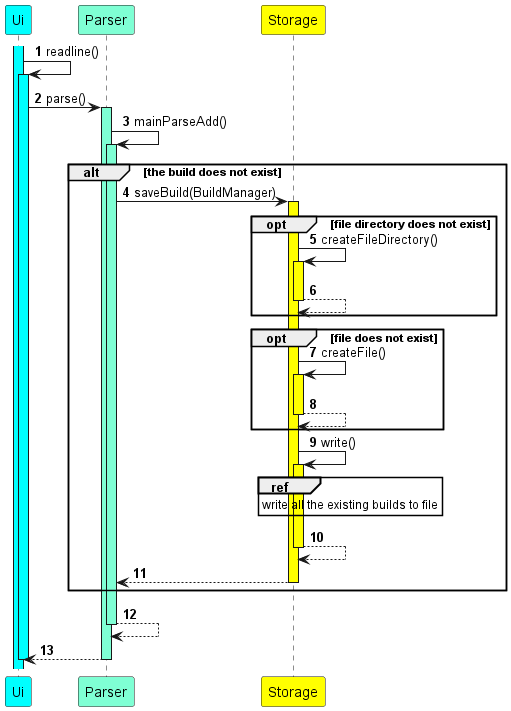
nus-cs2113-AY2223S1/tp keeps this PlantUML diagram as docs/images/StorageSaveBuildSequence.png. Above is the earlier version. Its source is kept beside it as docs/puml/StorageSaveBuildSequence.puml.
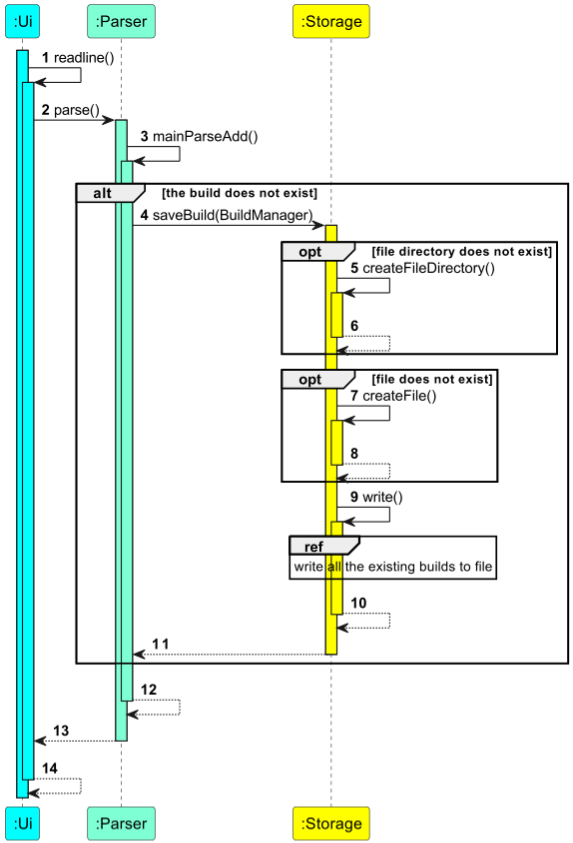
Later version of the same file.

Diff of the diagram source:
```diff
@@ -1,9 +1,9 @@
 @startuml
 
 autonumber
-Participant "Ui" as Ui #Aqua
-Participant "Parser" as parser #AquaMarine
-Participant "Storage" as Storage #Yellow
+Participant ":Ui" as Ui #Aqua
+Participant ":Parser" as parser #AquaMarine
+Participant ":Storage" as Storage #Yellow
 
 activate Ui #Aqua
 Ui -> Ui: readline()
@@ -36,7 +36,7 @@
 return
 return
 
-deactivate Ui
+return
 
 
 
```
